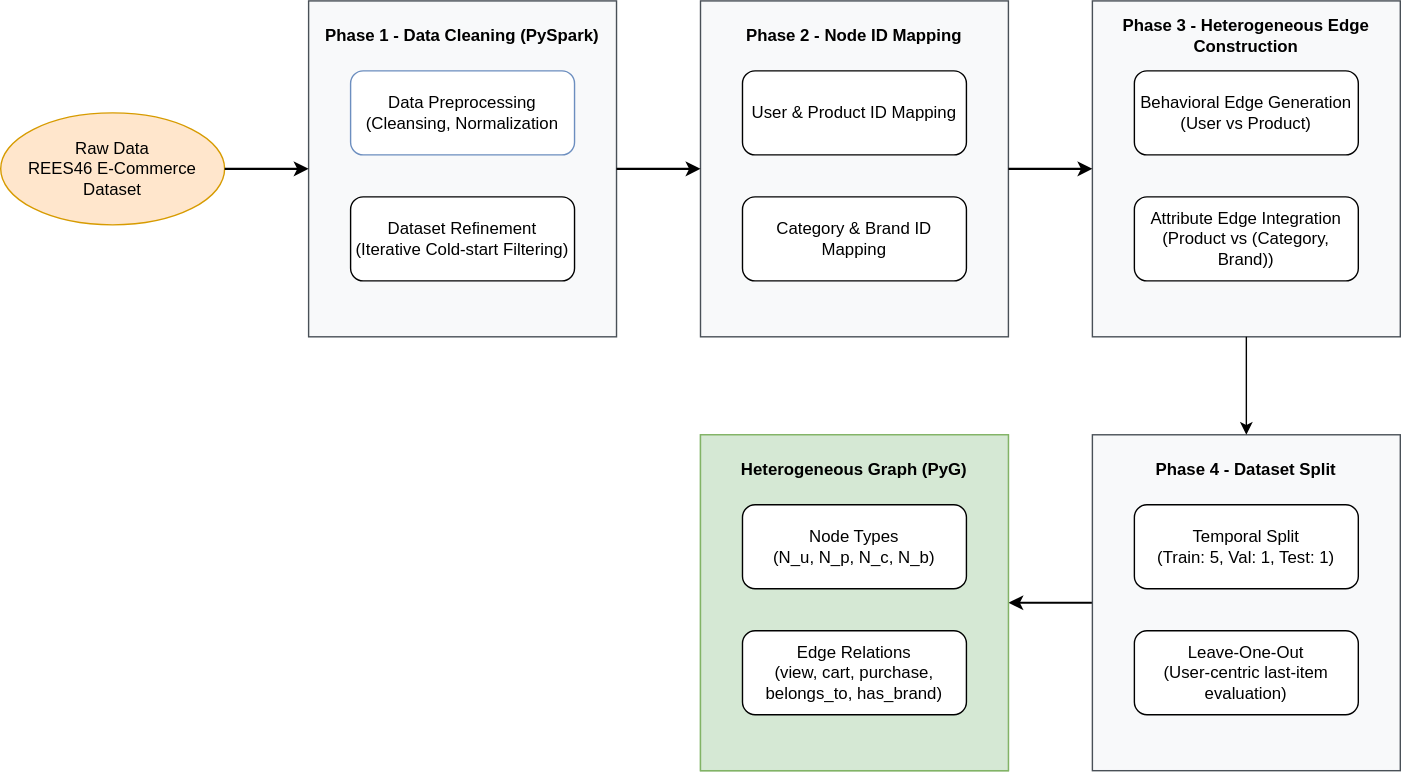
Earlier version of the draw.io export assets/data-pipeline.svg (nguyenmaiductrong/heterogeneous-graph-based-ecom-recsys). Source tidied: cells renumbered, new cells last; positions are measured from the earlier drawing's top-left corner, leaving out a move shared by most shapes.
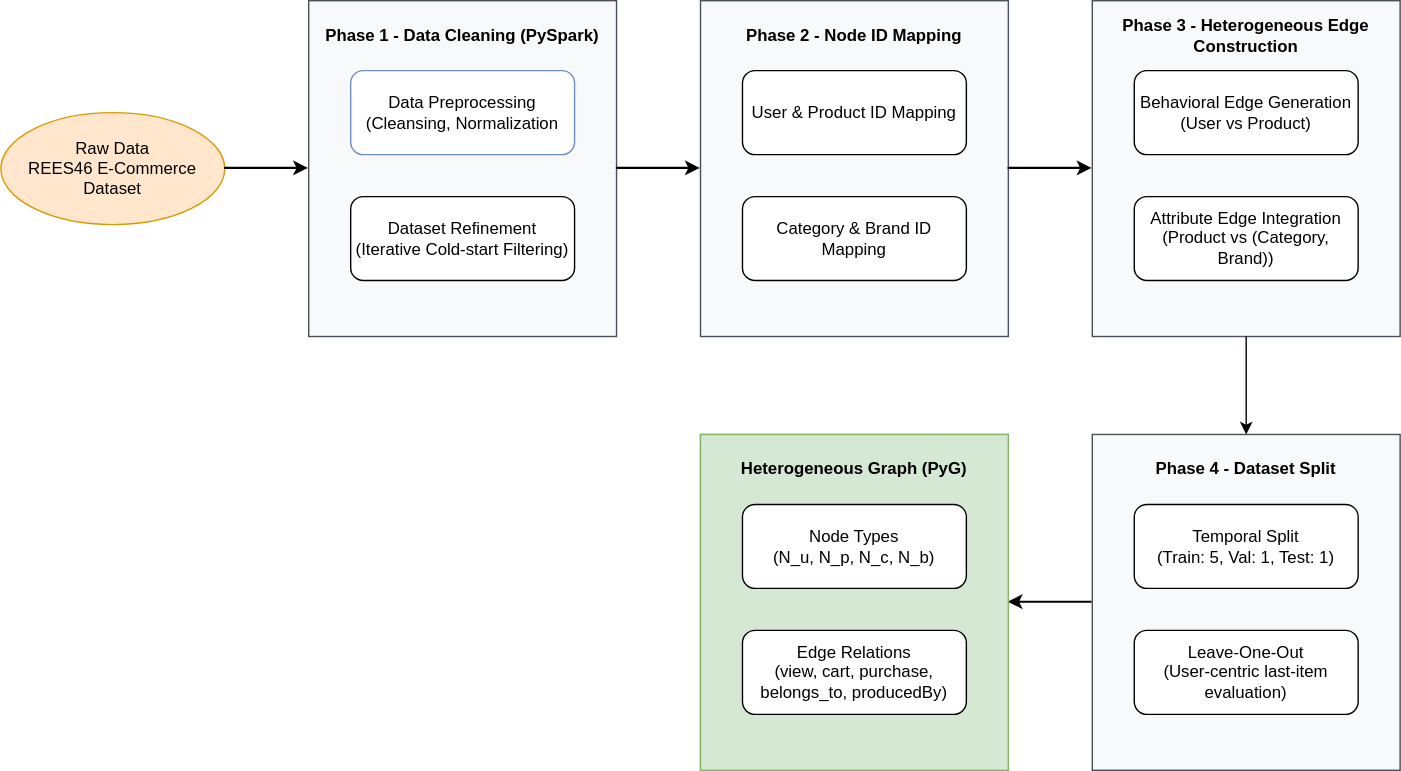
After the change.

Diff of the diagram source:
```diff
@@ -82,7 +82,7 @@
     <mxCell id="27" value="Node Types&lt;div&gt;(N_u, N_p, N_c, N_b)&lt;/div&gt;" style="rounded=1;whiteSpace=wrap;html=1;" parent="24" vertex="1">
       <mxGeometry x="30" y="50" width="160" height="60" as="geometry" />
     </mxCell>
-    <mxCell id="28" value="Edge Relations&lt;div&gt;(view, cart, purchase, belongs_to, has_brand)&lt;/div&gt;" style="rounded=1;whiteSpace=wrap;html=1;" parent="24" vertex="1">
+    <mxCell id="28" value="Edge Relations&lt;div&gt;(view, cart, purchase, belongs_to, producedBy)&lt;/div&gt;" style="rounded=1;whiteSpace=wrap;html=1;" parent="24" vertex="1">
       <mxGeometry x="30" y="140" width="160" height="60" as="geometry" />
     </mxCell>
     <mxCell id="29" style="endArrow=classic;html=1;rounded=0;exitX=1;exitY=0.5;exitDx=0;exitDy=0;strokeWidth=1.5;" parent="1" edge="1" source="2">
```
